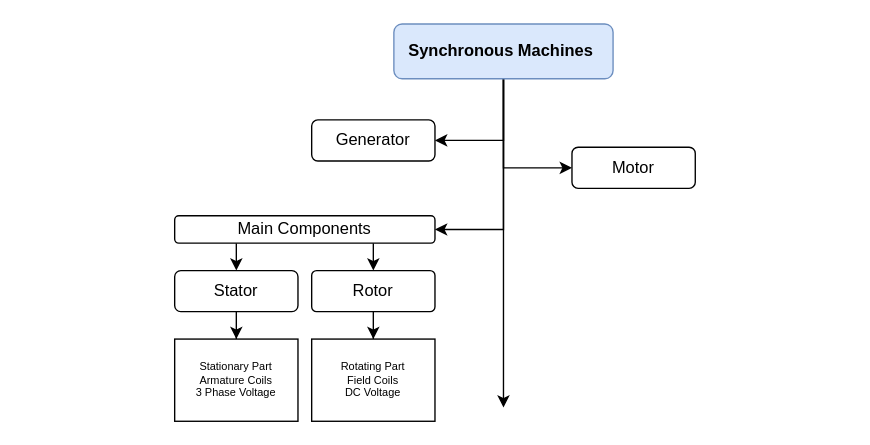
Above: Machines/Synchronous Machines.drawio in waqas-ahmd/ee_quicknotes (draw.io), before the change. Source tidied: cells renumbered, new cells numbered last; positions are measured from the earlier drawing's top-left corner, leaving out a move shared by most shapes. Both pictures are drawn from the tidied source at 137%, with x=0, y=0 at pixel (174, 23).
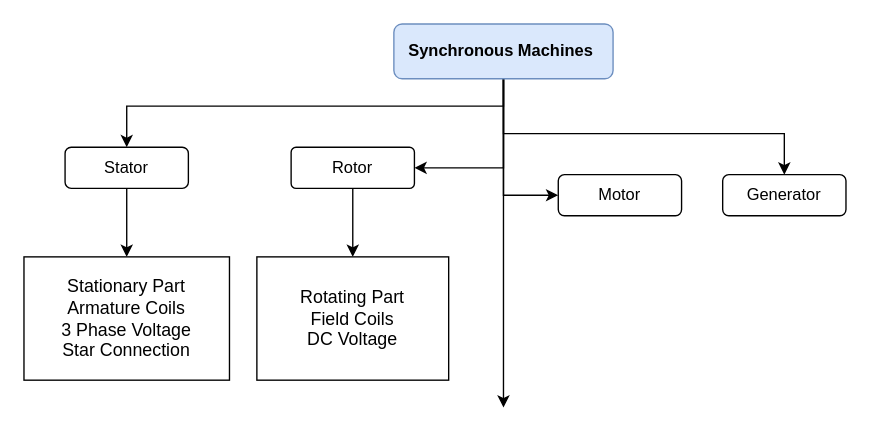
The same diagram, later.

Unchanged cells that the change refers to:
```xml
<mxCell id="6" value="&lt;b&gt;Synchronous Machines&amp;nbsp;&lt;/b&gt;" style="rounded=1;whiteSpace=wrap;html=1;fillColor=#dae8fc;strokeColor=#6c8ebf;" parent="1" vertex="1">
  <mxGeometry x="160" width="160" height="40" as="geometry" />
</mxCell>
```

Change to the diagram source:
```diff
@@
-    <mxCell id="3" style="edgeStyle=orthogonalEdgeStyle;rounded=0;jettySize=auto;html=1;entryX=1;entryY=0.5;entryDx=0;entryDy=0;" parent="1" edge="1" source="6" target="7">
-      <mxGeometry relative="1" as="geometry" />
+    <mxCell id="3" style="edgeStyle=orthogonalEdgeStyle;rounded=0;jettySize=auto;html=1;entryX=0.5;entryY=0;entryDx=0;entryDy=0;" parent="1" edge="1" source="6" target="7">
+      <mxGeometry relative="1" as="geometry">
+        <Array as="points">
+          <mxPoint x="240" y="80" />
+          <mxPoint x="445" y="80" />
+        </Array>
+      </mxGeometry>
     </mxCell>
-    <mxCell id="4" style="edgeStyle=orthogonalEdgeStyle;rounded=0;jettySize=auto;html=1;entryX=1;entryY=0.5;entryDx=0;entryDy=0;" parent="1" edge="1" source="6" target="11">
-      <mxGeometry relative="1" as="geometry" />
-    </mxCell>
@@
+    <mxCell id="18" style="edgeStyle=orthogonalEdgeStyle;rounded=0;jettySize=auto;html=1;entryX=1;entryY=0.5;entryDx=0;entryDy=0;" parent="1" edge="1" source="6" target="13">
+      <mxGeometry relative="1" as="geometry" />
+    </mxCell>
+    <mxCell id="19" style="edgeStyle=orthogonalEdgeStyle;rounded=0;jettySize=auto;html=1;exitX=0.5;exitY=1;exitDx=0;exitDy=0;entryX=0.5;entryY=0;entryDx=0;entryDy=0;" parent="1" edge="1" source="6" target="15">
+      <mxGeometry relative="1" as="geometry">
+        <Array as="points">
+          <mxPoint x="240" y="60" />
+          <mxPoint x="-35" y="60" />
+        </Array>
+      </mxGeometry>
+    </mxCell>
@@
     <mxCell id="7" value="Generator" style="rounded=1;whiteSpace=wrap;html=1;" parent="1" vertex="1">
-      <mxGeometry x="100" y="70" width="90" height="30" as="geometry" />
+      <mxGeometry x="400" y="110" width="90" height="30" as="geometry" />
     </mxCell>
     <mxCell id="8" value="Motor" style="rounded=1;whiteSpace=wrap;html=1;" parent="1" vertex="1">
-      <mxGeometry x="290" y="90" width="90" height="30" as="geometry" />
+      <mxGeometry x="280" y="110" width="90" height="30" as="geometry" />
     </mxCell>
-    <mxCell id="9" style="edgeStyle=orthogonalEdgeStyle;rounded=0;jettySize=auto;html=1;entryX=0.5;entryY=0;entryDx=0;entryDy=0;" parent="1" edge="1" source="11" target="13">
-      <mxGeometry relative="1" as="geometry">
-        <Array as="points">
-          <mxPoint x="145" y="170" />
-          <mxPoint x="145" y="170" />
-        </Array>
-      </mxGeometry>
-    </mxCell>
-    <mxCell id="10" style="edgeStyle=orthogonalEdgeStyle;rounded=0;jettySize=auto;html=1;entryX=0.5;entryY=0;entryDx=0;entryDy=0;" parent="1" edge="1" source="11" target="15">
-      <mxGeometry relative="1" as="geometry">
-        <Array as="points">
-          <mxPoint x="45" y="170" />
-          <mxPoint x="45" y="170" />
-        </Array>
-      </mxGeometry>
-    </mxCell>
-    <mxCell id="11" value="Main Components" style="rounded=1;whiteSpace=wrap;html=1;" parent="1" vertex="1">
-      <mxGeometry y="140" width="190" height="20" as="geometry" />
-    </mxCell>
     <mxCell id="12" style="edgeStyle=orthogonalEdgeStyle;rounded=0;jettySize=auto;html=1;" parent="1" edge="1" source="13" target="17">
-      <mxGeometry relative="1" as="geometry" />
+      <mxGeometry relative="1" as="geometry">
+        <Array as="points">
+          <mxPoint x="130" y="130" />
+          <mxPoint x="130" y="130" />
+        </Array>
+      </mxGeometry>
     </mxCell>
     <mxCell id="13" value="Rotor" style="rounded=1;whiteSpace=wrap;html=1;arcSize=12;" parent="1" vertex="1">
-      <mxGeometry x="100" y="180" width="90" height="30" as="geometry" />
+      <mxGeometry x="85" y="90" width="90" height="30" as="geometry" />
     </mxCell>
@@
     <mxCell id="15" value="Stator" style="rounded=1;whiteSpace=wrap;html=1;" parent="1" vertex="1">
-      <mxGeometry y="180" width="90" height="30" as="geometry" />
+      <mxGeometry x="-80" y="90" width="90" height="30" as="geometry" />
     </mxCell>
-    <mxCell id="16" value="&lt;div style=&quot;font-size: 8px&quot;&gt;&lt;span&gt;Stationary Part&lt;/span&gt;&lt;/div&gt;&lt;div style=&quot;font-size: 8px&quot;&gt;&lt;span&gt;Armature Coils&lt;/span&gt;&lt;/div&gt;&lt;div style=&quot;font-size: 8px&quot;&gt;&lt;span&gt;3 Phase Voltage&lt;/span&gt;&lt;/div&gt;" style="rounded=0;whiteSpace=wrap;html=1;align=center;" parent="1" vertex="1">
-      <mxGeometry y="230" width="90" height="60" as="geometry" />
+    <mxCell id="16" value="&lt;div style=&quot;font-size: 13px&quot;&gt;&lt;font style=&quot;font-size: 13px&quot;&gt;Stationary Part&lt;/font&gt;&lt;/div&gt;&lt;div style=&quot;font-size: 13px&quot;&gt;&lt;span&gt;&lt;font style=&quot;font-size: 13px&quot;&gt;Armature Coils&lt;/font&gt;&lt;/span&gt;&lt;/div&gt;&lt;div style=&quot;font-size: 13px&quot;&gt;&lt;span&gt;&lt;font style=&quot;font-size: 13px&quot;&gt;3 Phase Voltage&lt;/font&gt;&lt;/span&gt;&lt;/div&gt;&lt;div style=&quot;font-size: 13px&quot;&gt;&lt;font style=&quot;font-size: 13px&quot;&gt;Star Connection&lt;/font&gt;&lt;/div&gt;" style="rounded=0;whiteSpace=wrap;html=1;align=center;" parent="1" vertex="1">
+      <mxGeometry x="-110" y="170" width="150" height="90" as="geometry" />
     </mxCell>
-    <mxCell id="17" value="&lt;div style=&quot;font-size: 8px&quot;&gt;&lt;span&gt;Rotating Part&lt;/span&gt;&lt;/div&gt;&lt;div style=&quot;font-size: 8px&quot;&gt;&lt;span&gt;Field Coils&lt;/span&gt;&lt;/div&gt;&lt;div style=&quot;font-size: 8px&quot;&gt;&lt;span&gt;DC Voltage&lt;/span&gt;&lt;/div&gt;" style="rounded=0;whiteSpace=wrap;html=1;align=center;" parent="1" vertex="1">
-      <mxGeometry x="100" y="230" width="90" height="60" as="geometry" />
+    <mxCell id="17" value="&lt;div style=&quot;font-size: 13px;&quot;&gt;&lt;span style=&quot;font-size: 13px;&quot;&gt;Rotating Part&lt;/span&gt;&lt;/div&gt;&lt;div style=&quot;font-size: 13px;&quot;&gt;&lt;span style=&quot;font-size: 13px;&quot;&gt;Field Coils&lt;/span&gt;&lt;/div&gt;&lt;div style=&quot;font-size: 13px;&quot;&gt;&lt;span style=&quot;font-size: 13px;&quot;&gt;DC Voltage&lt;/span&gt;&lt;/div&gt;" style="rounded=0;whiteSpace=wrap;html=1;align=center;fontSize=13;" parent="1" vertex="1">
+      <mxGeometry x="60" y="170" width="140" height="90" as="geometry" />
     </mxCell>
```
